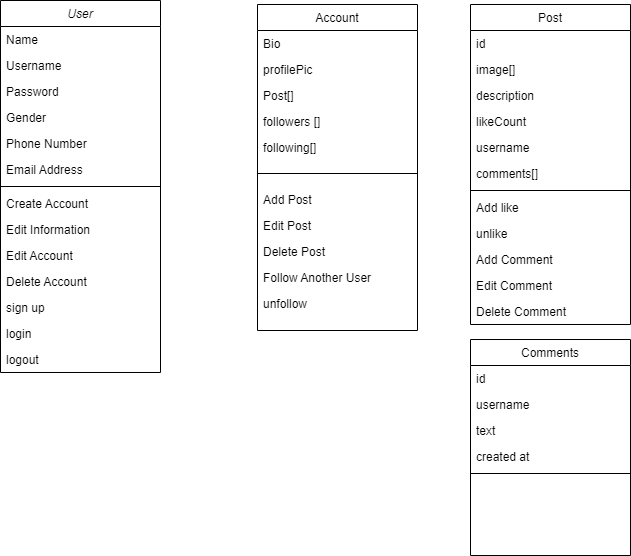
Earlier version of the draw.io export NetworkUML.drawio.png (MVBDX/social_media). Source tidied: cells renumbered, new cells last; positions are measured from the earlier drawing's top-left corner, leaving out a move shared by most shapes.
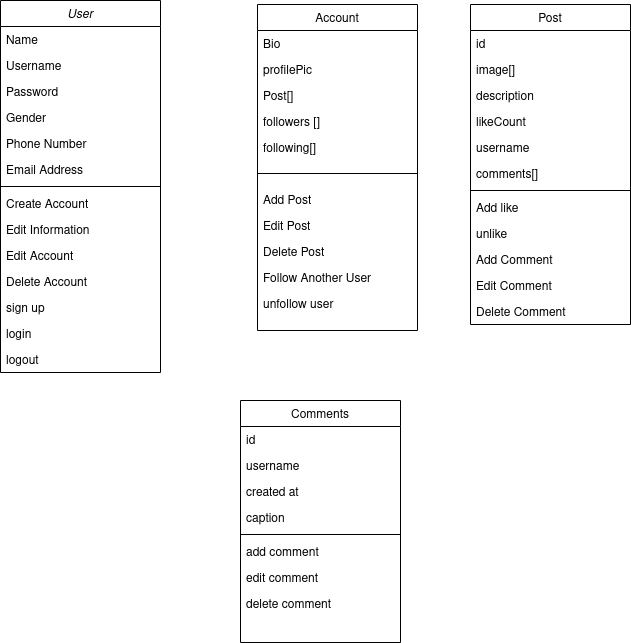
The same file after the commit.

Commit message:
chnage naming and behaver UML.drawio.png

Change to the diagram source:
```diff
@@ -80,7 +80,7 @@
     <mxCell id="27" value="Follow Another User" style="text;align=left;verticalAlign=top;spacingLeft=4;spacingRight=4;overflow=hidden;" parent="17" vertex="1">
       <mxGeometry y="260" width="160" height="26" as="geometry" />
     </mxCell>
-    <mxCell id="28" value="unfollow" style="text;align=left;verticalAlign=top;spacingLeft=4;spacingRight=4;overflow=hidden;" parent="17" vertex="1">
+    <mxCell id="28" value="unfollow user" style="text;align=left;verticalAlign=top;spacingLeft=4;spacingRight=4;overflow=hidden;" parent="17" vertex="1">
       <mxGeometry y="286" width="160" height="26" as="geometry" />
     </mxCell>
     <mxCell id="29" value="Post" style="swimlane;fontStyle=0;align=center;verticalAlign=top;horizontal=1;startSize=26;rounded=0;shadow=0;strokeWidth=1;" parent="1" vertex="1">
@@ -123,7 +123,7 @@
       <mxGeometry y="294" width="160" height="26" as="geometry" />
     </mxCell>
     <mxCell id="42" value="Comments" style="swimlane;fontStyle=0;align=center;verticalAlign=top;horizontal=1;startSize=26;rounded=0;shadow=0;strokeWidth=1;" parent="1" vertex="1">
-      <mxGeometry x="470" y="339" width="160" height="216" as="geometry" />
+      <mxGeometry x="240" y="400" width="160" height="242" as="geometry" />
     </mxCell>
     <mxCell id="43" value="id" style="text;align=left;verticalAlign=top;spacingLeft=4;spacingRight=4;overflow=hidden;" parent="42" vertex="1">
       <mxGeometry y="26" width="160" height="26" as="geometry" />
@@ -131,14 +131,23 @@
     <mxCell id="44" value="username" style="text;align=left;verticalAlign=top;spacingLeft=4;spacingRight=4;overflow=hidden;rounded=0;shadow=0;html=0;" parent="42" vertex="1">
       <mxGeometry y="52" width="160" height="26" as="geometry" />
     </mxCell>
+    <mxCell id="46" value="created at" style="text;align=left;verticalAlign=top;spacingLeft=4;spacingRight=4;overflow=hidden;rounded=0;shadow=0;html=0;" parent="42" vertex="1">
+      <mxGeometry y="78" width="160" height="26" as="geometry" />
+    </mxCell>
-    <mxCell id="45" value="text" style="text;align=left;verticalAlign=top;spacingLeft=4;spacingRight=4;overflow=hidden;rounded=0;shadow=0;html=0;" parent="42" vertex="1">
-      <mxGeometry y="78" width="160" height="26" as="geometry" />
+    <mxCell id="45" value="caption" style="text;align=left;verticalAlign=top;spacingLeft=4;spacingRight=4;overflow=hidden;rounded=0;shadow=0;html=0;" parent="42" vertex="1">
+      <mxGeometry y="104" width="160" height="26" as="geometry" />
     </mxCell>
-    <mxCell id="46" value="created at" style="text;align=left;verticalAlign=top;spacingLeft=4;spacingRight=4;overflow=hidden;rounded=0;shadow=0;html=0;" parent="42" vertex="1">
-      <mxGeometry y="104" width="160" height="26" as="geometry" />
-    </mxCell>
     <mxCell id="47" style="line;html=1;strokeWidth=1;align=left;verticalAlign=middle;spacingTop=-1;spacingLeft=3;spacingRight=3;labelPosition=right;" parent="42" vertex="1">
       <mxGeometry y="130" width="160" height="8" as="geometry" />
     </mxCell>
+    <mxCell id="48" value="add comment" style="text;align=left;verticalAlign=top;spacingLeft=4;spacingRight=4;overflow=hidden;rounded=0;shadow=0;html=0;" parent="42" vertex="1">
+      <mxGeometry y="138" width="160" height="26" as="geometry" />
+    </mxCell>
+    <mxCell id="49" value="edit comment" style="text;align=left;verticalAlign=top;spacingLeft=4;spacingRight=4;overflow=hidden;rounded=0;shadow=0;html=0;" parent="42" vertex="1">
+      <mxGeometry y="164" width="160" height="26" as="geometry" />
+    </mxCell>
+    <mxCell id="50" value="delete comment" style="text;align=left;verticalAlign=top;spacingLeft=4;spacingRight=4;overflow=hidden;rounded=0;shadow=0;html=0;" parent="42" vertex="1">
+      <mxGeometry y="190" width="160" height="26" as="geometry" />
+    </mxCell>
   </root>
 </mxGraphModel>
```
